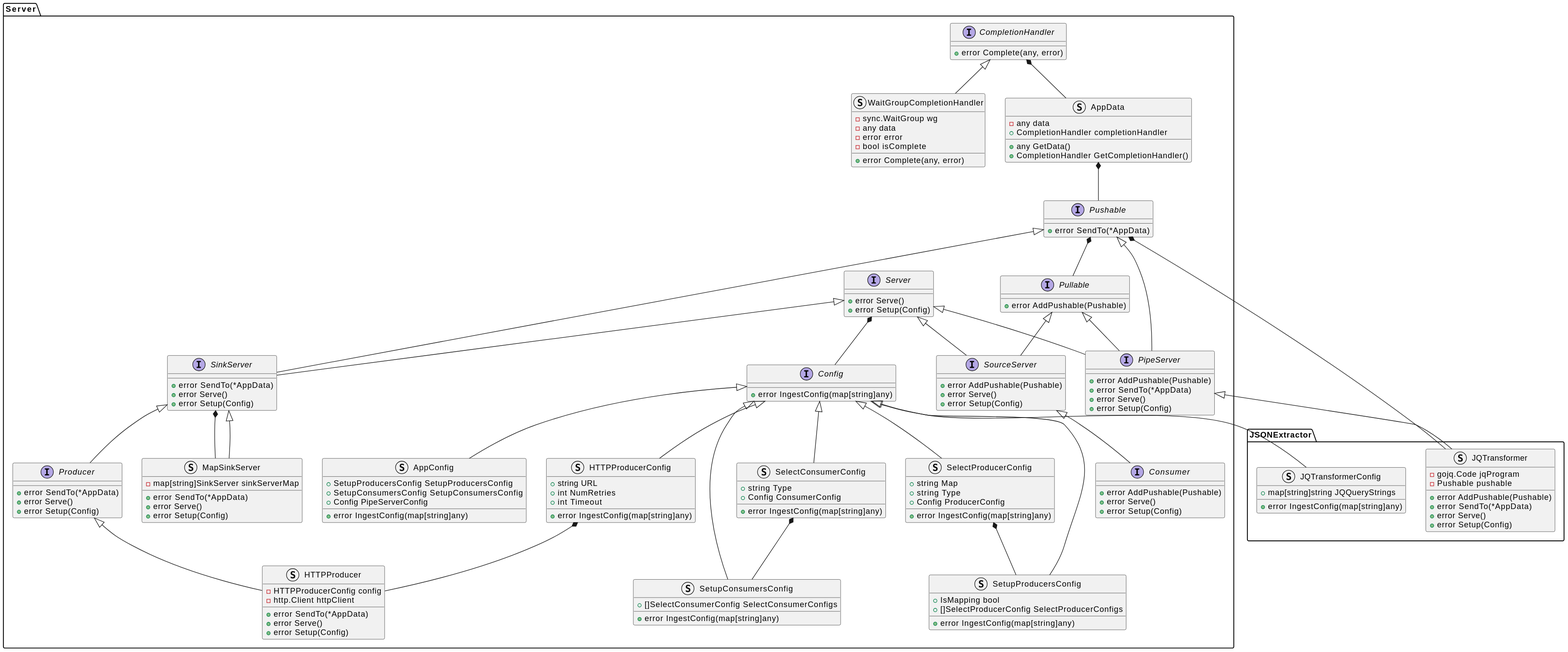
The PlantUML diagram docs/design_notes/DN1_JSON_Extractor/class_diagram.svg in xtuml/otel2pv, before a commit.
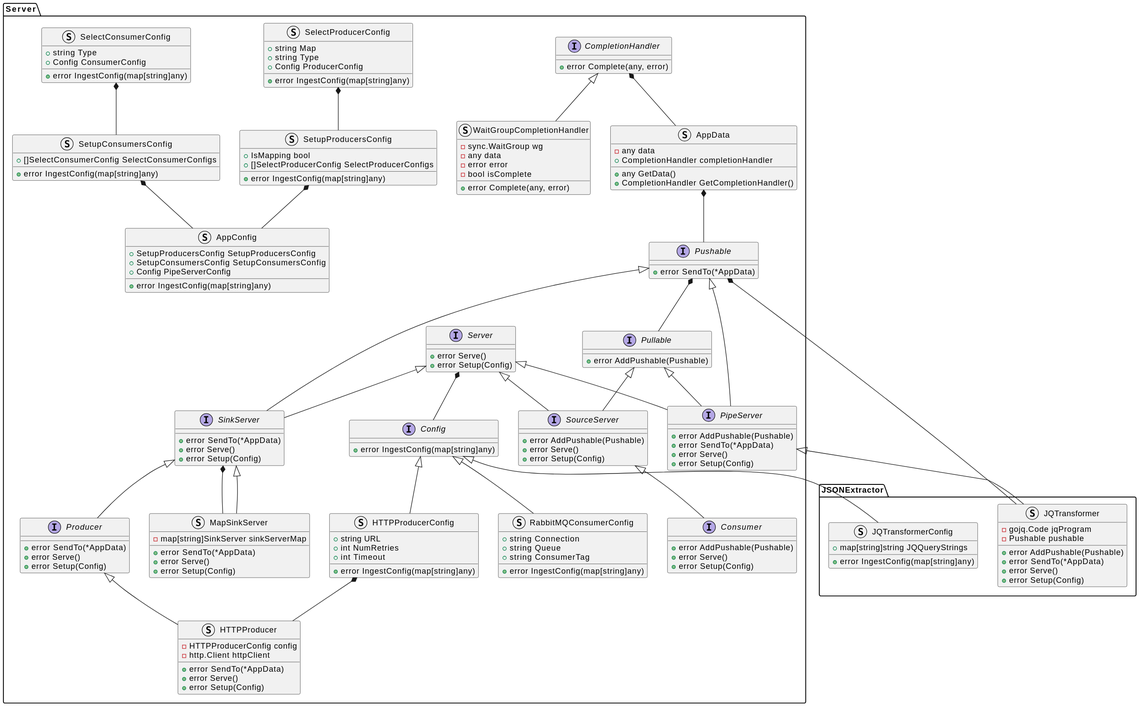
After the commit.

Commit message:
Cdsopv 73 create config type for message broker consumer (#46)

What changed in the source:
```diff
@@ -88,6 +88,12 @@
         +int Timeout
         +error IngestConfig(map[string]any)
     }
+    struct RabbitMQConsumerConfig {
+        +string Connection
+        +string Queue
+        +string ConsumerTag
+        +error IngestConfig(map[string]any)
+    }
     struct SelectProducerConfig {
         +string Map
         +string Type
@@ -139,11 +145,9 @@
 Server.Server *-- Server.Config
 Server.Config <|-- JSONExtractor.JQTransformerConfig
 Server.Config <|-- Server.HTTPProducerConfig
-Server.Config <|-- Server.SelectProducerConfig
-Server.Config <|-- Server.SetupProducersConfig
-Server.Config <|-- Server.SelectConsumerConfig
-Server.Config <|-- Server.SetupConsumersConfig
-Server.Config <|-- Server.AppConfig
+Server.Config <|-- Server.RabbitMQConsumerConfig
+Server.SetupProducersConfig *-- Server.AppConfig
+Server.SetupConsumersConfig *-- Server.AppConfig
 Server.SelectProducerConfig *-- Server.SetupProducersConfig
 Server.SelectConsumerConfig *-- Server.SetupConsumersConfig
 Server.Producer <|-- Server.HTTPProducer
```
